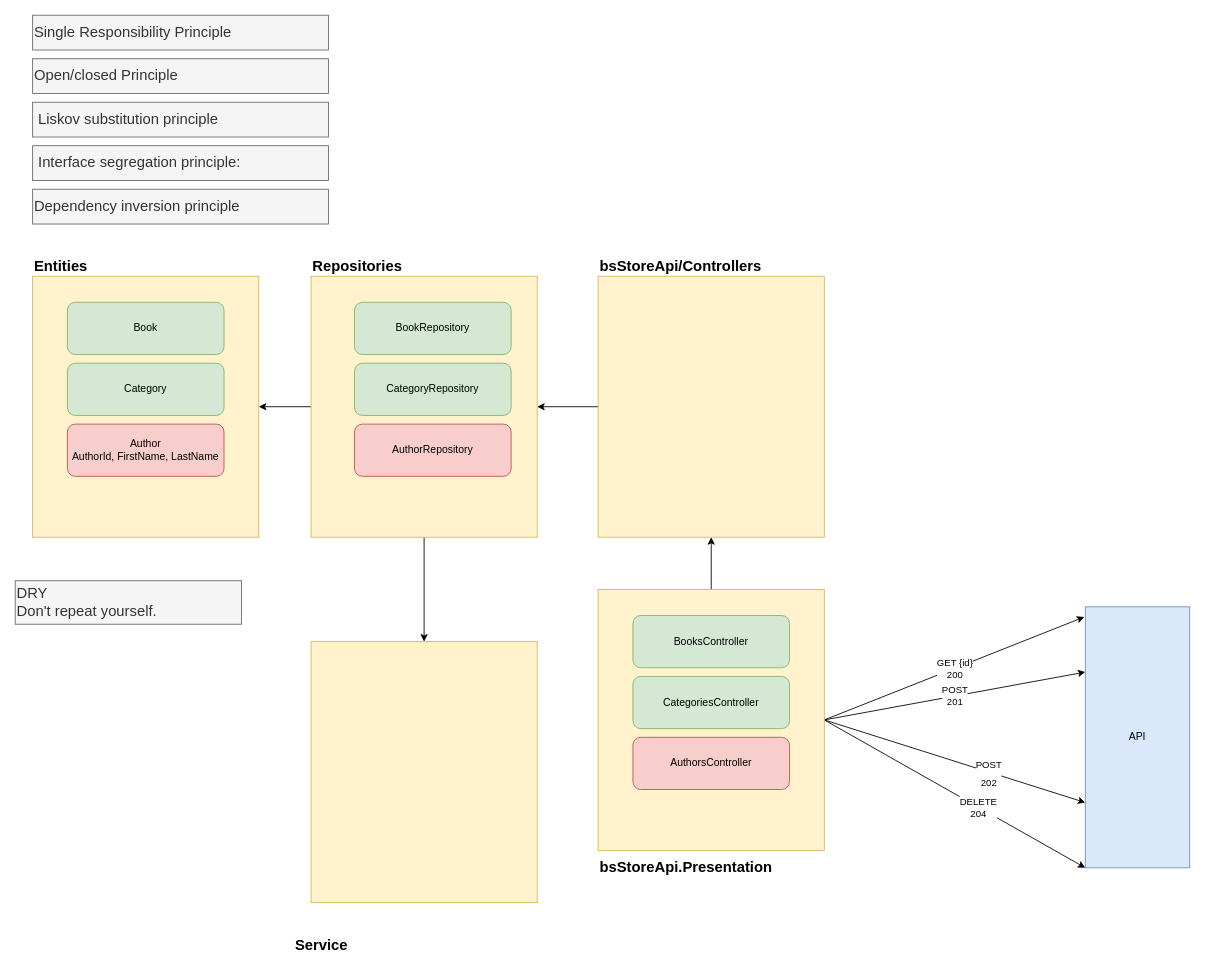
Earlier version of the draw.io diagram page "day-09" (9 of 9) of day-10/draw.drawio (zcomert/BtkAkademiDotNetBootCamp). Source tidied: cells renumbered, new cells numbered last; positions are measured from the earlier drawing's top-left corner, leaving out a move shared by most shapes. Both pictures are drawn from the tidied source at 87%, with x=0, y=0 at pixel (15, 15).
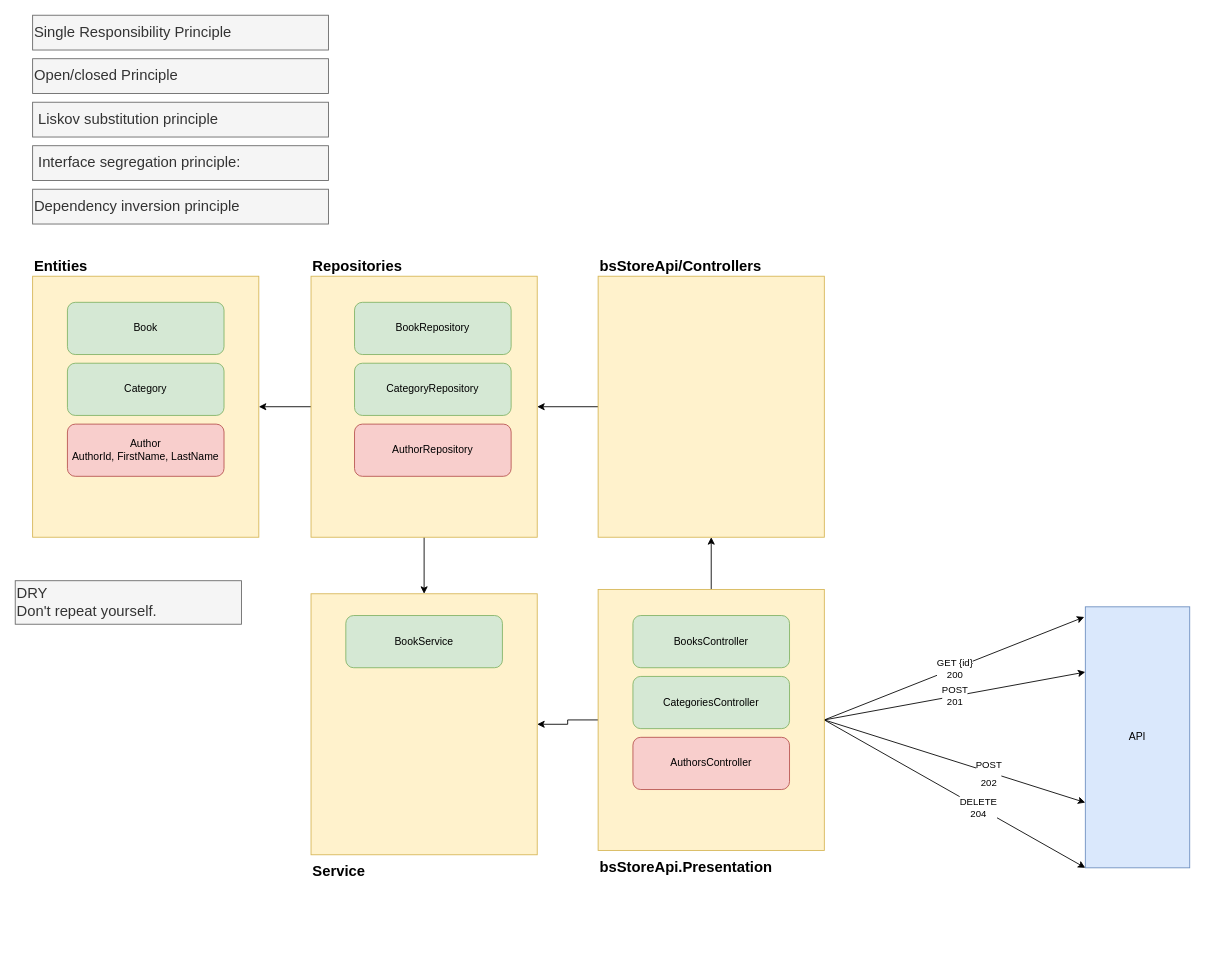
Above is the later version.

Unchanged cells that the change refers to:
```xml
<mxCell id="31" style="rounded=1;whiteSpace=wrap;html=1;arcSize=0;fillColor=#fff2cc;strokeColor=#d6b656;" parent="1" vertex="1">
  <mxGeometry x="670" y="660" width="260" height="300" as="geometry" />
</mxCell>
```

Change to the diagram source:
```diff
@@
+    <mxCell id="38" style="edgeStyle=orthogonalEdgeStyle;rounded=0;jettySize=auto;html=1;" parent="1" edge="1" source="31" target="36">
+      <mxGeometry relative="1" as="geometry" />
+    </mxCell>
@@
     <mxCell id="36" style="rounded=1;whiteSpace=wrap;html=1;arcSize=0;fillColor=#fff2cc;strokeColor=#d6b656;" parent="1" vertex="1">
-      <mxGeometry x="340" y="720" width="260" height="300" as="geometry" />
+      <mxGeometry x="340" y="665" width="260" height="300" as="geometry" />
     </mxCell>
     <mxCell id="37" value="Service" style="text;html=1;strokeColor=none;fillColor=none;align=left;verticalAlign=middle;whiteSpace=wrap;rounded=0;fontSize=17;fontStyle=1;" parent="1" vertex="1">
-      <mxGeometry x="320" y="1060" width="260" height="20" as="geometry" />
+      <mxGeometry x="340" y="975" width="260" height="20" as="geometry" />
     </mxCell>
+    <mxCell id="39" value="BookService" style="rounded=1;whiteSpace=wrap;html=1;fillColor=#d5e8d4;strokeColor=#82b366;" parent="1" vertex="1">
+      <mxGeometry x="380" y="690" width="180" height="60" as="geometry" />
+    </mxCell>
```
